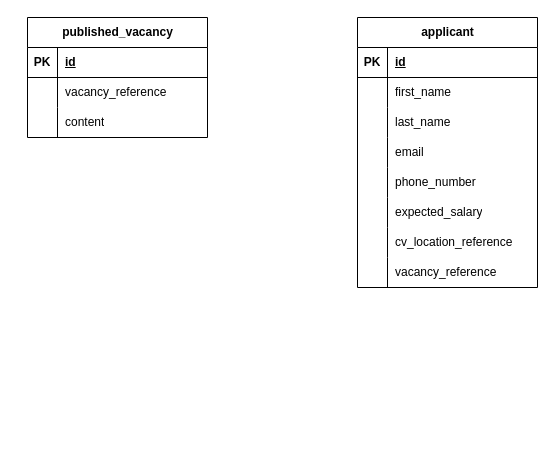
Earlier version of the draw.io diagram design/vacancy_microservice_er.drawio (peguses/education). Source tidied: cells renumbered, new cells numbered last; positions are measured from the earlier drawing's top-left corner, leaving out a move shared by most shapes. Both pictures are drawn from the tidied source at 100%, with x=0, y=0 at pixel (27, 17).
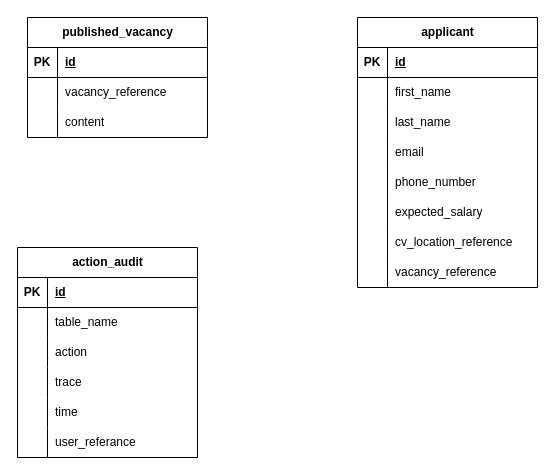
The same diagram, later.

What changed in the source:
```diff
@@
+    <mxCell id="37" value="action_audit" style="shape=table;startSize=30;childLayout=tableLayout;rowLines=0;fontStyle=1;align=center;html=1;" parent="1" vertex="1">
+      <mxGeometry x="-10" y="230" width="180" height="210" as="geometry" />
+    </mxCell>
+    <mxCell id="38" style="shape=tableRow;horizontal=0;startSize=0;swimlaneHead=0;swimlaneBody=0;fillColor=none;top=0;left=0;right=0;bottom=1;" parent="37" vertex="1">
+      <mxGeometry y="30" width="180" height="30" as="geometry" />
+    </mxCell>
+    <mxCell id="39" value="PK" style="shape=partialRectangle;fillColor=none;top=0;left=0;bottom=0;right=0;fontStyle=1;overflow=hidden;whiteSpace=wrap;html=1;" parent="38" vertex="1">
+      <mxGeometry width="30" height="30" as="geometry" />
+    </mxCell>
+    <mxCell id="40" value="id" style="shape=partialRectangle;fillColor=none;top=0;left=0;bottom=0;right=0;align=left;spacingLeft=6;fontStyle=5;overflow=hidden;whiteSpace=wrap;html=1;" parent="38" vertex="1">
+      <mxGeometry x="30" width="150" height="30" as="geometry" />
+    </mxCell>
+    <mxCell id="41" style="shape=tableRow;horizontal=0;startSize=0;swimlaneHead=0;swimlaneBody=0;fillColor=none;top=0;left=0;right=0;bottom=0;" parent="37" vertex="1">
+      <mxGeometry y="60" width="180" height="30" as="geometry" />
+    </mxCell>
+    <mxCell id="42" style="shape=partialRectangle;fillColor=none;top=0;left=0;bottom=0;right=0;overflow=hidden;whiteSpace=wrap;html=1;" parent="41" vertex="1">
+      <mxGeometry width="30" height="30" as="geometry" />
+    </mxCell>
+    <mxCell id="43" value="table_name" style="shape=partialRectangle;fillColor=none;top=0;left=0;bottom=0;right=0;align=left;spacingLeft=6;overflow=hidden;whiteSpace=wrap;html=1;" parent="41" vertex="1">
+      <mxGeometry x="30" width="150" height="30" as="geometry" />
+    </mxCell>
+    <mxCell id="44" style="shape=tableRow;horizontal=0;startSize=0;swimlaneHead=0;swimlaneBody=0;fillColor=none;top=0;left=0;right=0;bottom=0;" parent="37" vertex="1">
+      <mxGeometry y="90" width="180" height="30" as="geometry" />
+    </mxCell>
+    <mxCell id="45" style="shape=partialRectangle;fillColor=none;top=0;left=0;bottom=0;right=0;overflow=hidden;whiteSpace=wrap;html=1;" parent="44" vertex="1">
+      <mxGeometry width="30" height="30" as="geometry" />
+    </mxCell>
+    <mxCell id="46" value="action" style="shape=partialRectangle;fillColor=none;top=0;left=0;bottom=0;right=0;align=left;spacingLeft=6;overflow=hidden;whiteSpace=wrap;html=1;" parent="44" vertex="1">
+      <mxGeometry x="30" width="150" height="30" as="geometry" />
+    </mxCell>
+    <mxCell id="47" style="shape=tableRow;horizontal=0;startSize=0;swimlaneHead=0;swimlaneBody=0;fillColor=none;top=0;left=0;right=0;bottom=0;" parent="37" vertex="1">
+      <mxGeometry y="120" width="180" height="30" as="geometry" />
+    </mxCell>
+    <mxCell id="48" style="shape=partialRectangle;fillColor=none;top=0;left=0;bottom=0;right=0;overflow=hidden;whiteSpace=wrap;html=1;" parent="47" vertex="1">
+      <mxGeometry width="30" height="30" as="geometry" />
+    </mxCell>
+    <mxCell id="49" value="trace" style="shape=partialRectangle;fillColor=none;top=0;left=0;bottom=0;right=0;align=left;spacingLeft=6;overflow=hidden;whiteSpace=wrap;html=1;" parent="47" vertex="1">
+      <mxGeometry x="30" width="150" height="30" as="geometry" />
+    </mxCell>
+    <mxCell id="50" style="shape=tableRow;horizontal=0;startSize=0;swimlaneHead=0;swimlaneBody=0;fillColor=none;top=0;left=0;right=0;bottom=0;" parent="37" vertex="1">
+      <mxGeometry y="150" width="180" height="30" as="geometry" />
+    </mxCell>
+    <mxCell id="51" style="shape=partialRectangle;fillColor=none;top=0;left=0;bottom=0;right=0;overflow=hidden;whiteSpace=wrap;html=1;" parent="50" vertex="1">
+      <mxGeometry width="30" height="30" as="geometry" />
+    </mxCell>
+    <mxCell id="52" value="time" style="shape=partialRectangle;fillColor=none;top=0;left=0;bottom=0;right=0;align=left;spacingLeft=6;overflow=hidden;whiteSpace=wrap;html=1;" parent="50" vertex="1">
+      <mxGeometry x="30" width="150" height="30" as="geometry" />
+    </mxCell>
+    <mxCell id="53" style="shape=tableRow;horizontal=0;startSize=0;swimlaneHead=0;swimlaneBody=0;fillColor=none;top=0;left=0;right=0;bottom=0;" parent="37" vertex="1">
+      <mxGeometry y="180" width="180" height="30" as="geometry" />
+    </mxCell>
+    <mxCell id="54" style="shape=partialRectangle;fillColor=none;top=0;left=0;bottom=0;right=0;overflow=hidden;whiteSpace=wrap;html=1;" parent="53" vertex="1">
+      <mxGeometry width="30" height="30" as="geometry" />
+    </mxCell>
+    <mxCell id="55" value="user_referance" style="shape=partialRectangle;fillColor=none;top=0;left=0;bottom=0;right=0;align=left;spacingLeft=6;overflow=hidden;whiteSpace=wrap;html=1;" parent="53" vertex="1">
+      <mxGeometry x="30" width="150" height="30" as="geometry" />
+    </mxCell>
```
